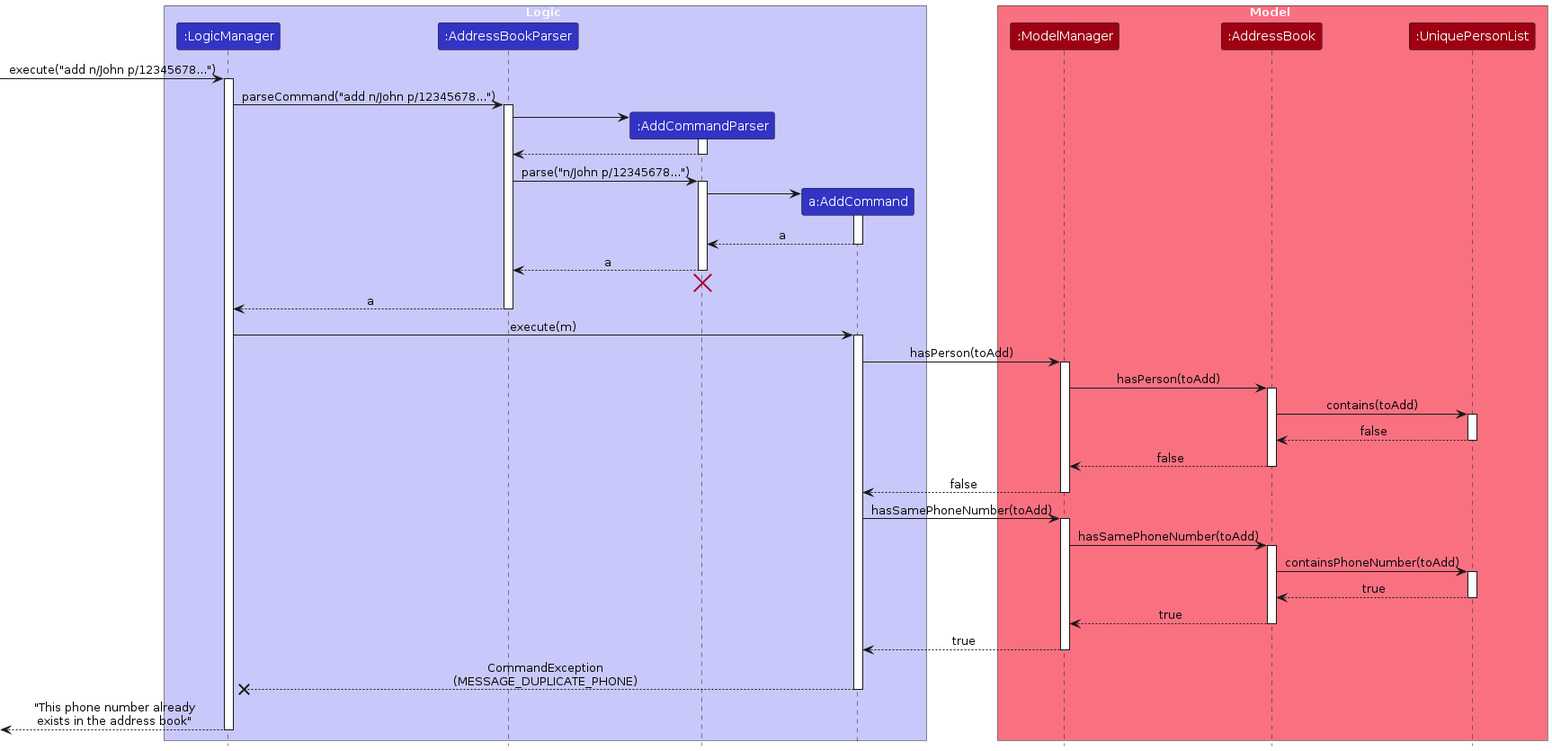
This is diagrams/DuplicatePhoneHandlingSequenceDiagram.png from AY2526S1-CS2103T-F15b-3/tp, a PlantUML export, as it was before one commit. Its source is kept beside it as diagrams/DuplicatePhoneHandlingSequenceDiagram.puml.
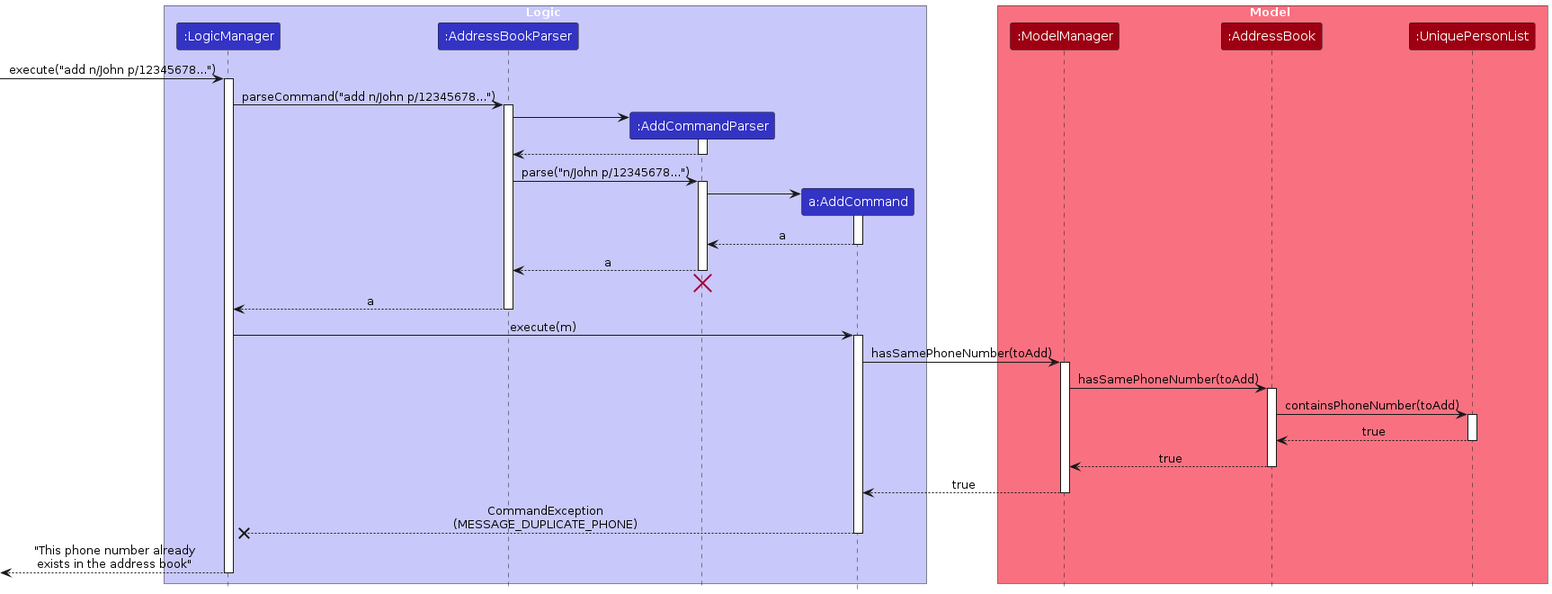
The same file after the commit.

What changed in the source:
```diff
@@ -49,24 +49,6 @@
 LogicManager -> AddCommand : execute(m)
 activate AddCommand
 
-AddCommand -> ModelManager : hasPerson(toAdd)
-activate ModelManager
-
-ModelManager -> AddressBook : hasPerson(toAdd)
-activate AddressBook
-
-AddressBook -> UniquePersonList : contains(toAdd)
-activate UniquePersonList
-
-UniquePersonList --> AddressBook : false
-deactivate UniquePersonList
-
-AddressBook --> ModelManager : false
-deactivate AddressBook
-
-ModelManager --> AddCommand : false
-deactivate ModelManager
-
 AddCommand -> ModelManager : hasSamePhoneNumber(toAdd)
 activate ModelManager
 
```
